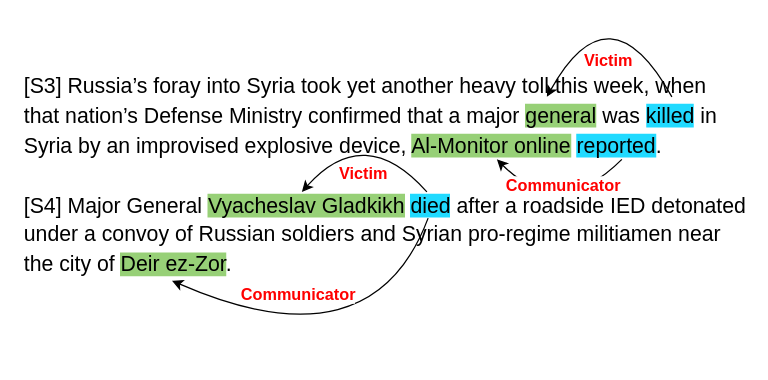
crawlerWPS/drawing keeps this draw.io diagram as Wikievent示意图-中文版.drawio. Above is the earlier version. Source tidied: cells renumbered, new cells numbered last; positions are measured from the earlier drawing's top-left corner, leaving out a move shared by most shapes. Both pictures are drawn from the tidied source at 125%, with x=0, y=0 at pixel (21, -16).
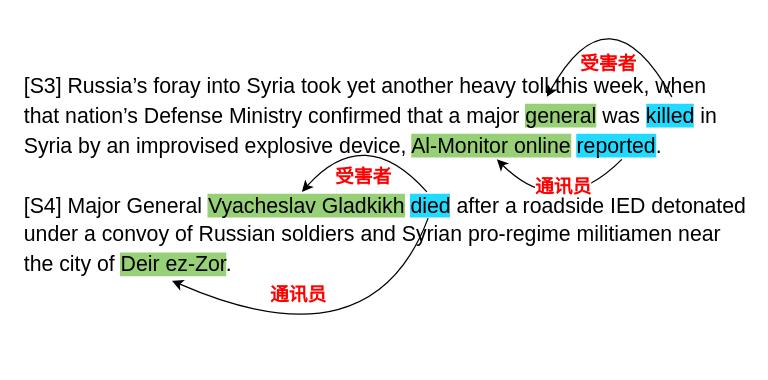
The same diagram, later.

Commit message:
更新Wikievent示意图-中文版.drawio

The change refers to these unchanged cells:
```xml
<mxCell id="3" style="curved=1;endArrow=classic;html=1;rounded=0;" parent="1" edge="1">
  <mxGeometry relative="1" as="geometry">
    <mxPoint x="520" y="90" as="sourcePoint" />
    <mxPoint x="420" y="90" as="targetPoint" />
    <Array as="points">
      <mxPoint x="470" />
    </Array>
  </mxGeometry>
</mxCell>
<mxCell id="5" style="curved=1;endArrow=classic;html=1;rounded=0;" parent="1" edge="1">
  <mxGeometry relative="1" as="geometry">
    <mxPoint x="480" y="140" as="sourcePoint" />
    <mxPoint x="380" y="140" as="targetPoint" />
    <Array as="points">
      <mxPoint x="430" y="190" />
    </Array>
  </mxGeometry>
</mxCell>
<mxCell id="7" style="curved=1;endArrow=classic;html=1;rounded=0;" parent="1" edge="1">
  <mxGeometry relative="1" as="geometry">
    <mxPoint x="324" y="166" as="sourcePoint" />
    <mxPoint x="224" y="166" as="targetPoint" />
    <Array as="points">
      <mxPoint x="274" y="110" />
    </Array>
  </mxGeometry>
</mxCell>
<mxCell id="9" style="curved=1;endArrow=classic;html=1;rounded=0;entryX=0.207;entryY=0.778;entryDx=0;entryDy=0;entryPerimeter=0;" parent="1" edge="1">
  <mxGeometry relative="1" as="geometry">
    <mxPoint x="325" y="187" as="sourcePoint" />
    <mxPoint x="120.1" y="237.1" as="targetPoint" />
    <Array as="points">
      <mxPoint x="280" y="307" />
    </Array>
  </mxGeometry>
</mxCell>
```

The edit, as a diff of the source:
```diff
@@
-    <mxCell id="4" value="&lt;font style=&quot;font-size: 13px;&quot; color=&quot;#ff0000&quot;&gt;&lt;b&gt;Victim&lt;/b&gt;&lt;/font&gt;" style="edgeLabel;html=1;align=center;verticalAlign=middle;" parent="3" vertex="1">
+    <mxCell id="4" value="&lt;font style=&quot;font-size: 15px;&quot; color=&quot;#ff0000&quot;&gt;&lt;b style=&quot;font-size: 15px;&quot;&gt;受害者&lt;/b&gt;&lt;/font&gt;" style="edgeLabel;html=1;align=center;verticalAlign=middle;fontSize=15;" parent="3" vertex="1">
       <mxGeometry x="-0.1" y="-3" relative="1" as="geometry">
-        <mxPoint x="-9" y="53" as="offset" />
+        <mxPoint x="-9" y="55" as="offset" />
       </mxGeometry>
     </mxCell>
@@
-    <mxCell id="6" value="&lt;font size=&quot;1&quot; color=&quot;#ff0000&quot;&gt;&lt;b style=&quot;font-size: 13px;&quot;&gt;Communicator&lt;/b&gt;&lt;/font&gt;" style="edgeLabel;html=1;align=center;verticalAlign=middle;" parent="5" vertex="1">
+    <mxCell id="6" value="&lt;font color=&quot;#ff0000&quot; style=&quot;font-size: 15px;&quot;&gt;&lt;b style=&quot;font-size: 15px;&quot;&gt;通讯员&lt;/b&gt;&lt;/font&gt;" style="edgeLabel;html=1;align=center;verticalAlign=middle;fontSize=15;" parent="5" vertex="1">
       <mxGeometry x="-0.1" y="-3" relative="1" as="geometry">
         <mxPoint y="-23" as="offset" />
       </mxGeometry>
     </mxCell>
@@
-    <mxCell id="8" value="&lt;font style=&quot;font-size: 13px;&quot; color=&quot;#ff0000&quot;&gt;&lt;b&gt;Victim&lt;/b&gt;&lt;/font&gt;" style="edgeLabel;html=1;align=center;verticalAlign=middle;" parent="7" vertex="1">
+    <mxCell id="8" value="&lt;font style=&quot;font-size: 15px;&quot; color=&quot;#ff0000&quot;&gt;&lt;b style=&quot;font-size: 15px;&quot;&gt;受害者&lt;/b&gt;&lt;/font&gt;" style="edgeLabel;html=1;align=center;verticalAlign=middle;fontSize=15;" parent="7" vertex="1">
       <mxGeometry x="-0.1" y="-3" relative="1" as="geometry">
-        <mxPoint x="-8" y="37" as="offset" />
+        <mxPoint x="-8" y="39" as="offset" />
       </mxGeometry>
     </mxCell>
@@
-    <mxCell id="10" value="&lt;font size=&quot;1&quot; color=&quot;#ff0000&quot;&gt;&lt;b style=&quot;font-size: 13px;&quot;&gt;Communicator&lt;/b&gt;&lt;/font&gt;" style="edgeLabel;html=1;align=center;verticalAlign=middle;" parent="9" vertex="1">
+    <mxCell id="10" value="&lt;font color=&quot;#ff0000&quot; style=&quot;font-size: 15px;&quot;&gt;&lt;b style=&quot;font-size: 15px;&quot;&gt;通讯员&lt;/b&gt;&lt;/font&gt;" style="edgeLabel;html=1;align=center;verticalAlign=middle;fontSize=15;" parent="9" vertex="1">
       <mxGeometry x="-0.1" y="-3" relative="1" as="geometry">
         <mxPoint x="-54" y="-54" as="offset" />
       </mxGeometry>
     </mxCell>
```
